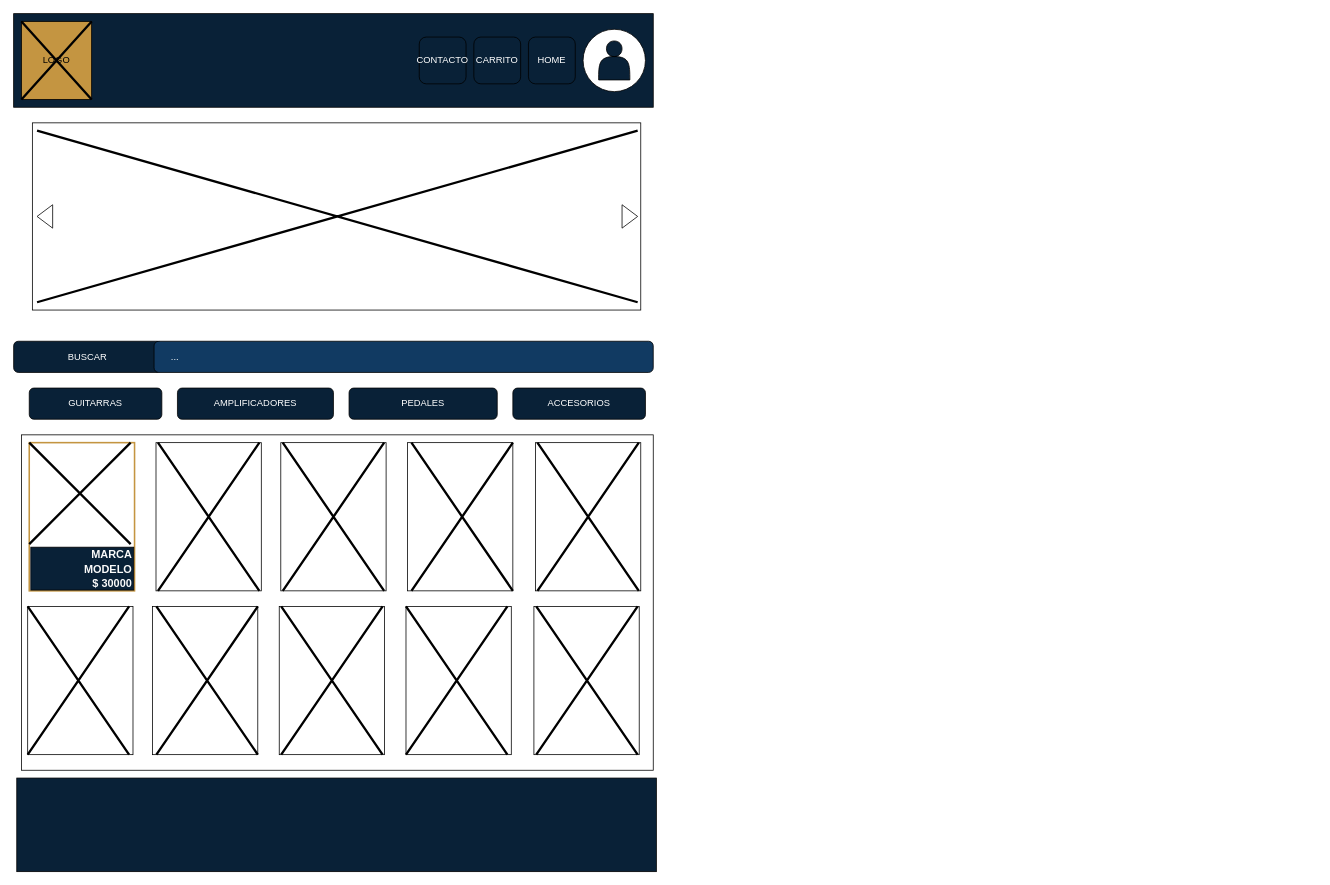
Before: Diagrama sin título.drawio in BlackLotus-Arg/ajedrez, a draw.io diagram. Source tidied: cells renumbered, new cells numbered last; positions are measured from the earlier drawing's top-left corner, leaving out a move shared by most shapes. Both pictures are drawn from the tidied source at 78%, with x=0, y=0 at pixel (13, 13).
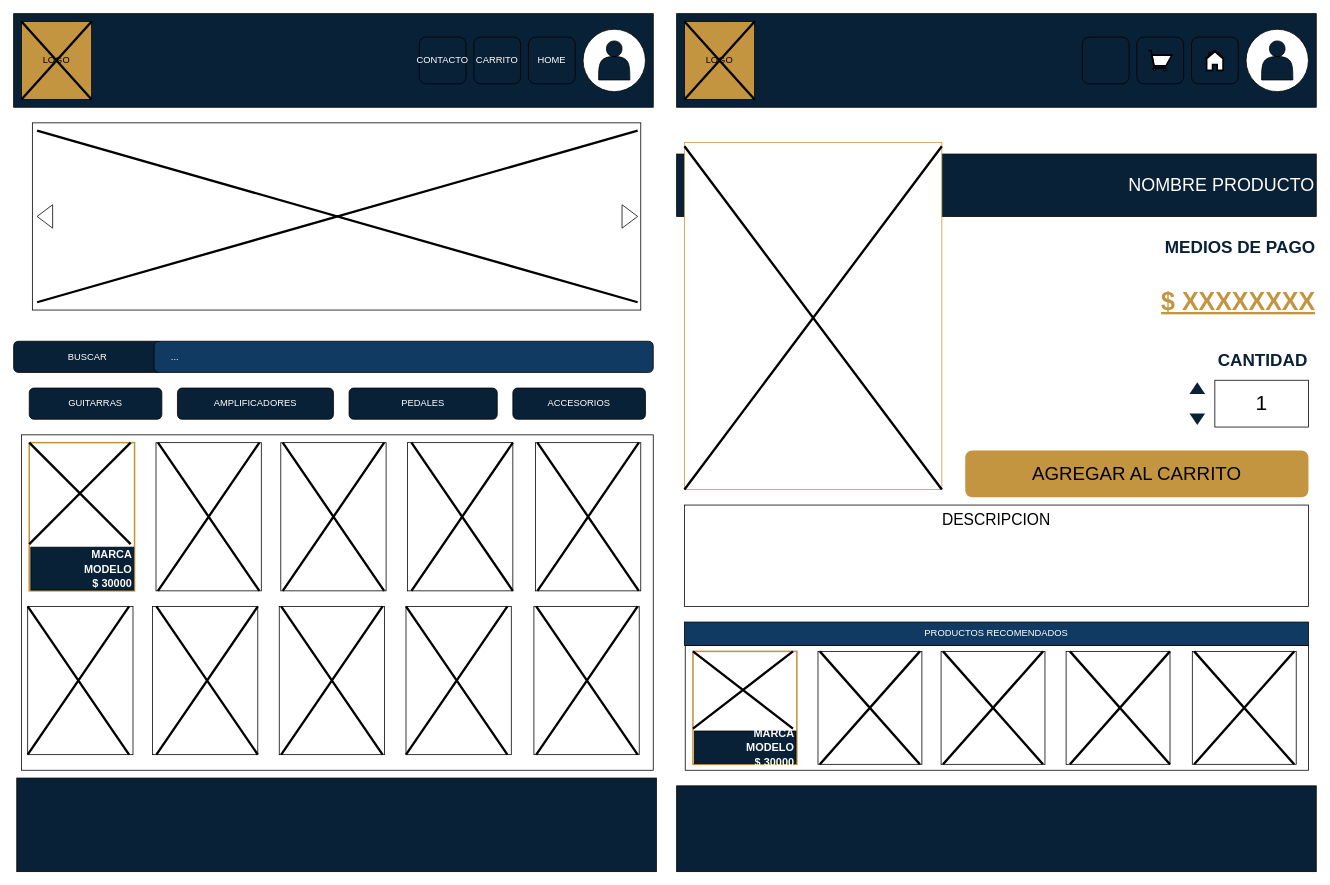
After the change.

Change to the diagram source:
```diff
@@
+    <mxCell id="43" value="NOMBRE PRODUCTO" style="rounded=0;whiteSpace=wrap;html=1;fillColor=#092137;fontColor=#ffffff;align=right;fontSize=23;" parent="1" vertex="1">
+      <mxGeometry x="850" y="180" width="820" height="80" as="geometry" />
+    </mxCell>
@@
+    <mxCell id="44" style="rounded=0;whiteSpace=wrap;html=1;fillColor=#092137;" parent="1" vertex="1">
+      <mxGeometry x="850" width="820" height="120" as="geometry" />
+    </mxCell>
+    <mxCell id="45" style="rounded=1;whiteSpace=wrap;html=1;fontColor=#FFFFFF;fillColor=#092137;" parent="1" vertex="1">
+      <mxGeometry x="1510" y="30" width="60" height="60" as="geometry" />
+    </mxCell>
+    <mxCell id="46" style="rounded=1;whiteSpace=wrap;html=1;fillColor=#092137;fontColor=#ffffff;" parent="1" vertex="1">
+      <mxGeometry x="1440" y="30" width="60" height="60" as="geometry" />
+    </mxCell>
+    <mxCell id="47" style="ellipse;whiteSpace=wrap;html=1;" parent="1" vertex="1">
+      <mxGeometry x="1580" y="20" width="80" height="80" as="geometry" />
+    </mxCell>
+    <mxCell id="48" style="shape=actor;whiteSpace=wrap;html=1;fillColor=#092137;" parent="1" vertex="1">
+      <mxGeometry x="1600" y="35" width="40" height="50" as="geometry" />
+    </mxCell>
+    <mxCell id="49" value="LOGO" style="rounded=0;whiteSpace=wrap;html=1;fillColor=#c49541;gradientColor=none;strokeColor=#000000;" parent="1" vertex="1">
+      <mxGeometry x="860" y="10" width="90" height="100" as="geometry" />
+    </mxCell>
+    <mxCell id="50" style="shape=umlDestroy;whiteSpace=wrap;html=1;strokeWidth=3;targetShapes=umlLifeline;" parent="1" vertex="1">
+      <mxGeometry x="860" y="10" width="90" height="100" as="geometry" />
+    </mxCell>
+    <mxCell id="51" style="rounded=1;whiteSpace=wrap;html=1;fillColor=#092137;fontColor=#ffffff;" parent="1" vertex="1">
+      <mxGeometry x="1370" y="30" width="60" height="60" as="geometry" />
+    </mxCell>
+    <mxCell id="52" style="rounded=0;whiteSpace=wrap;html=1;fillColor=#092137;" parent="1" vertex="1">
+      <mxGeometry x="850" y="990" width="820" height="110" as="geometry" />
+    </mxCell>
+    <mxCell id="53" style="rounded=0;whiteSpace=wrap;html=1;strokeColor=#c49541;gradientColor=none;" parent="1" vertex="1">
+      <mxGeometry x="860" y="165" width="330" height="445" as="geometry" />
+    </mxCell>
+    <mxCell id="54" style="shape=umlDestroy;whiteSpace=wrap;html=1;strokeWidth=3;targetShapes=umlLifeline;" parent="1" vertex="1">
+      <mxGeometry x="860" y="170" width="330" height="440" as="geometry" />
+    </mxCell>
+    <mxCell id="55" value="DESCRIPCION" style="rounded=0;whiteSpace=wrap;html=1;fontSize=20;verticalAlign=top;" parent="1" vertex="1">
+      <mxGeometry x="860" y="630" width="800" height="130" as="geometry" />
+    </mxCell>
+    <mxCell id="56" value="MEDIOS DE PAGO" style="rounded=0;html=1;strokeColor=none;fontColor=#092137;fontSize=22;labelBackgroundColor=none;fontStyle=1;align=right;" parent="1" vertex="1">
+      <mxGeometry x="1280" y="270" width="390" height="60" as="geometry" />
+    </mxCell>
+    <mxCell id="57" value="CANTIDAD" style="rounded=0;html=1;strokeColor=none;fontColor=#092137;fontSize=22;labelBackgroundColor=none;fontStyle=1;align=right;" parent="1" vertex="1">
+      <mxGeometry x="1270" y="420" width="390" height="50" as="geometry" />
+    </mxCell>
+    <mxCell id="58" value="1" style="rounded=0;whiteSpace=wrap;html=1;fontSize=27;" parent="1" vertex="1">
+      <mxGeometry x="1540" y="470" width="120" height="60" as="geometry" />
+    </mxCell>
+    <mxCell id="59" style="triangle;whiteSpace=wrap;html=1;rotation=-90;fillColor=#092137;strokeColor=none;" parent="1" vertex="1">
+      <mxGeometry x="1510" y="470" width="15" height="20" as="geometry" />
+    </mxCell>
+    <mxCell id="60" style="triangle;whiteSpace=wrap;html=1;rotation=90;fillColor=#092137;strokeColor=none;" parent="1" vertex="1">
+      <mxGeometry x="1510" y="510" width="15" height="20" as="geometry" />
+    </mxCell>
+    <mxCell id="61" value="AGREGAR AL CARRITO" style="rounded=1;whiteSpace=wrap;html=1;fillColor=#c49541;gradientColor=none;strokeColor=none;fontSize=24;" parent="1" vertex="1">
+      <mxGeometry x="1220" y="560" width="440" height="60" as="geometry" />
+    </mxCell>
+    <mxCell id="62" value="$ XXXXXXXX" style="rounded=0;html=1;strokeColor=none;fontColor=#c49541;fontSize=32;labelBackgroundColor=none;fontStyle=5;align=right;" parent="1" vertex="1">
+      <mxGeometry x="1280" y="340" width="390" height="60" as="geometry" />
+    </mxCell>
+    <mxCell id="63" style="group;" parent="1" vertex="1">
+      <mxGeometry x="861" y="810" width="799" height="160" as="geometry" />
+    </mxCell>
+    <mxCell id="64" style="rounded=0;whiteSpace=wrap;html=1;" parent="63" vertex="1">
+      <mxGeometry width="799" height="160" as="geometry" />
+    </mxCell>
+    <mxCell id="65" style="rounded=0;whiteSpace=wrap;html=1;" parent="63" vertex="1">
+      <mxGeometry x="170.2" y="7.6" width="133.2" height="144.8" as="geometry" />
+    </mxCell>
+    <mxCell id="66" style="rounded=0;whiteSpace=wrap;html=1;strokeColor=#c49541;fillColor=none;gradientColor=none;strokeWidth=2;" parent="63" vertex="1">
+      <mxGeometry x="9.9" y="7.6" width="133.2" height="144.8" as="geometry" />
+    </mxCell>
+    <mxCell id="67" style="rounded=0;whiteSpace=wrap;html=1;" parent="63" vertex="1">
+      <mxGeometry x="328" y="7.6" width="133.2" height="144.8" as="geometry" />
+    </mxCell>
+    <mxCell id="68" style="rounded=0;whiteSpace=wrap;html=1;" parent="63" vertex="1">
+      <mxGeometry x="488.3" y="7.6" width="133.2" height="144.8" as="geometry" />
+    </mxCell>
+    <mxCell id="69" style="rounded=0;whiteSpace=wrap;html=1;" parent="63" vertex="1">
+      <mxGeometry x="650.1" y="7.6" width="133.2" height="144.8" as="geometry" />
+    </mxCell>
+    <mxCell id="70" style="shape=umlDestroy;whiteSpace=wrap;html=1;strokeWidth=3;targetShapes=umlLifeline;" parent="63" vertex="1">
+      <mxGeometry x="9.9" y="7.6" width="128.2" height="99" as="geometry" />
+    </mxCell>
+    <mxCell id="71" style="shape=umlDestroy;whiteSpace=wrap;html=1;strokeWidth=3;targetShapes=umlLifeline;" parent="63" vertex="1">
+      <mxGeometry x="172.6" y="7.6" width="128.2" height="144.8" as="geometry" />
+    </mxCell>
+    <mxCell id="72" style="shape=umlDestroy;whiteSpace=wrap;html=1;strokeWidth=3;targetShapes=umlLifeline;" parent="63" vertex="1">
+      <mxGeometry x="330.5" y="7.6" width="128.2" height="144.8" as="geometry" />
+    </mxCell>
+    <mxCell id="73" style="shape=umlDestroy;whiteSpace=wrap;html=1;strokeWidth=3;targetShapes=umlLifeline;" parent="63" vertex="1">
+      <mxGeometry x="493.2" y="7.6" width="128.2" height="144.8" as="geometry" />
+    </mxCell>
+    <mxCell id="74" style="shape=umlDestroy;whiteSpace=wrap;html=1;strokeWidth=3;targetShapes=umlLifeline;" parent="63" vertex="1">
+      <mxGeometry x="652.5" y="7.6" width="128.2" height="144.8" as="geometry" />
+    </mxCell>
+    <mxCell id="75" value="&lt;font style=&quot;font-size: 14px;&quot;&gt;&lt;b style=&quot;&quot;&gt;MARCA&lt;br&gt;&lt;div style=&quot;&quot;&gt;&lt;b style=&quot;background-color: initial;&quot;&gt;MODELO&lt;/b&gt;&lt;/div&gt;$ 30000&lt;/b&gt;&lt;/font&gt;" style="rounded=0;whiteSpace=wrap;html=1;fontSize=17;align=right;fillColor=#092137;fontColor=#FAFAFA;" parent="63" vertex="1">
+      <mxGeometry x="11.8" y="109.7" width="130.2" height="41.9" as="geometry" />
+    </mxCell>
+    <mxCell id="76" value="PRODUCTOS RECOMENDADOS" style="rounded=0;whiteSpace=wrap;html=1;fillColor=#113A62;fontColor=#FCFFFF;align=center;" parent="1" vertex="1">
+      <mxGeometry x="860" y="780" width="800" height="30" as="geometry" />
+    </mxCell>
+    <mxCell id="77" style="html=1;verticalLabelPosition=bottom;align=center;labelBackgroundColor=#ffffff;verticalAlign=top;strokeWidth=2;shadow=0;dashed=0;shape=mxgraph.ios7.icons.home;" parent="1" vertex="1">
+      <mxGeometry x="1528" y="47.2" width="24" height="25.5" as="geometry" />
+    </mxCell>
+    <mxCell id="78" style="html=1;verticalLabelPosition=bottom;align=center;labelBackgroundColor=#ffffff;verticalAlign=top;strokeWidth=2;shadow=0;dashed=0;shape=mxgraph.ios7.icons.shopping_cart;" parent="1" vertex="1">
+      <mxGeometry x="1455" y="47.2" width="30" height="25.5" as="geometry" />
+    </mxCell>
```
